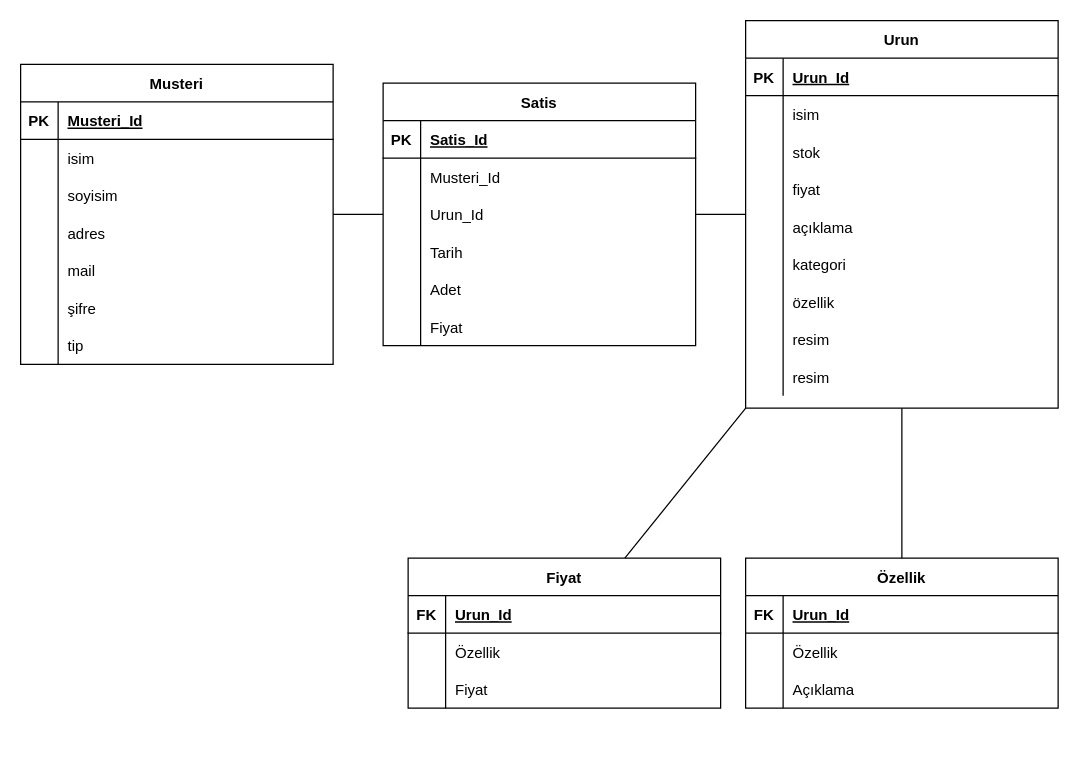
Above: byco.drawio in gitsametcan/byco (draw.io), before the change. Source tidied: cells renumbered, new cells numbered last; positions are measured from the earlier drawing's top-left corner, leaving out a move shared by most shapes. Both pictures are drawn from the tidied source at 125%, with x=0, y=0 at pixel (20, 20).
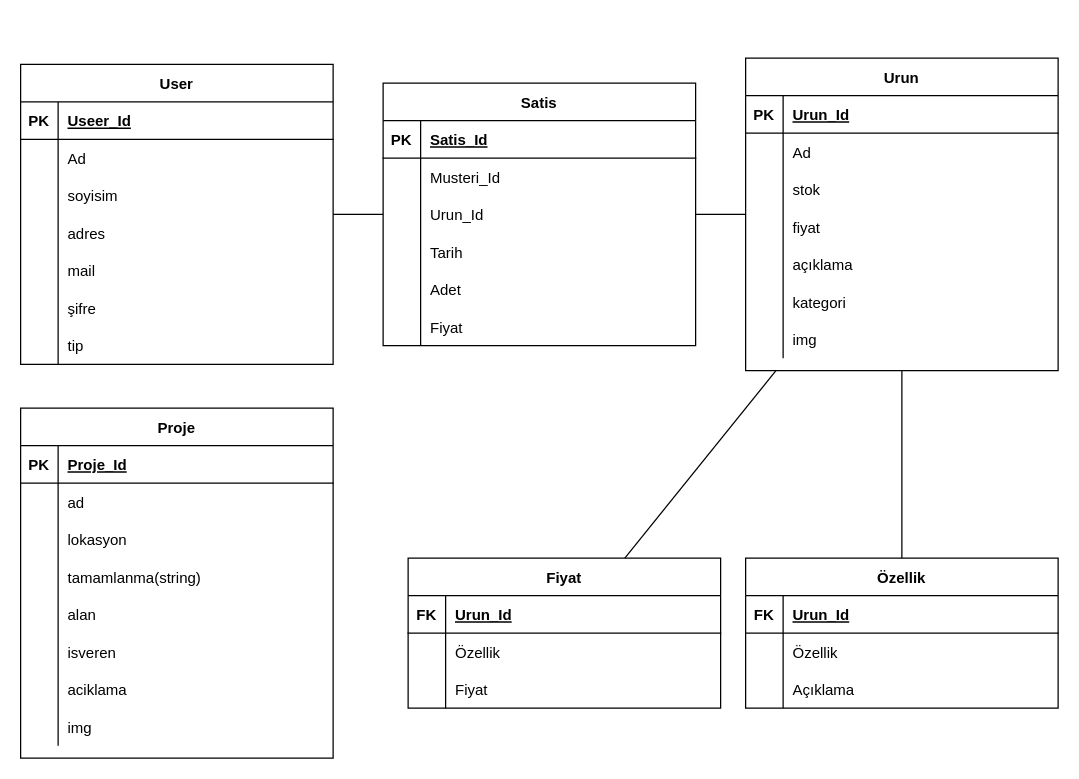
The same diagram, later.

The change refers to these unchanged cells:
```xml
<mxCell id="3" style="shape=partialRectangle;fillColor=none;top=0;left=0;right=0;bottom=1;" parent="2" vertex="1">
  <mxGeometry y="30" width="250" height="30" as="geometry" />
</mxCell>
<mxCell id="6" style="shape=partialRectangle;fillColor=none;top=0;left=0;right=0;bottom=0;" parent="2" vertex="1">
  <mxGeometry y="60" width="250" height="30" as="geometry" />
</mxCell>
<mxCell id="28" style="shape=partialRectangle;fillColor=none;top=0;left=0;right=0;bottom=0;" parent="24" vertex="1">
  <mxGeometry y="60" width="250" height="30" as="geometry" />
</mxCell>
```

Diff of the diagram source:
```diff
@@
-    <mxCell id="2" value="Musteri" style="shape=table;startSize=30;childLayout=tableLayout;rowLines=0;fontStyle=1;align=center;" parent="1" vertex="1">
+    <mxCell id="2" value="User" style="shape=table;startSize=30;childLayout=tableLayout;rowLines=0;fontStyle=1;align=center;" parent="1" vertex="1">
       <mxGeometry y="35" width="250" height="240" as="geometry" />
     </mxCell>
@@
-    <mxCell id="5" value="Musteri_Id" style="shape=partialRectangle;overflow=hidden;fillColor=none;top=0;left=0;bottom=0;right=0;align=left;spacingLeft=6;fontStyle=5;" parent="3" vertex="1">
+    <mxCell id="5" value="Useer_Id" style="shape=partialRectangle;overflow=hidden;fillColor=none;top=0;left=0;bottom=0;right=0;align=left;spacingLeft=6;fontStyle=5;" parent="3" vertex="1">
       <mxGeometry x="30" width="220" height="30" as="geometry" />
     </mxCell>
@@
-    <mxCell id="8" value="isim" style="shape=partialRectangle;overflow=hidden;fillColor=none;top=0;left=0;bottom=0;right=0;align=left;spacingLeft=6;" parent="6" vertex="1">
+    <mxCell id="8" value="Ad" style="shape=partialRectangle;overflow=hidden;fillColor=none;top=0;left=0;bottom=0;right=0;align=left;spacingLeft=6;" parent="6" vertex="1">
       <mxGeometry x="30" width="220" height="30" as="geometry" />
     </mxCell>
@@
     <mxCell id="24" value="Urun" style="shape=table;startSize=30;childLayout=tableLayout;rowLines=0;fontStyle=1;align=center;" parent="1" vertex="1">
-      <mxGeometry x="580" width="250" height="310" as="geometry" />
+      <mxGeometry x="580" y="30" width="250" height="250" as="geometry" />
     </mxCell>
@@
-    <mxCell id="30" value="isim" style="shape=partialRectangle;overflow=hidden;fillColor=none;top=0;left=0;bottom=0;right=0;align=left;spacingLeft=6;" parent="28" vertex="1">
+    <mxCell id="30" value="Ad" style="shape=partialRectangle;overflow=hidden;fillColor=none;top=0;left=0;bottom=0;right=0;align=left;spacingLeft=6;" parent="28" vertex="1">
       <mxGeometry x="30" width="220" height="30" as="geometry" />
     </mxCell>
@@
-    <mxCell id="43" style="shape=partialRectangle;fillColor=none;top=0;left=0;right=0;bottom=0;" parent="24" vertex="1">
-      <mxGeometry y="210" width="250" height="30" as="geometry" />
-    </mxCell>
-    <mxCell id="44" style="shape=partialRectangle;overflow=hidden;fillColor=none;top=0;left=0;bottom=0;right=0;" parent="43" vertex="1">
-      <mxGeometry width="30" height="30" as="geometry" />
-    </mxCell>
-    <mxCell id="45" value="özellik" style="shape=partialRectangle;overflow=hidden;fillColor=none;top=0;left=0;bottom=0;right=0;align=left;spacingLeft=6;" parent="43" vertex="1">
-      <mxGeometry x="30" width="220" height="30" as="geometry" />
-    </mxCell>
-    <mxCell id="46" style="shape=partialRectangle;fillColor=none;top=0;left=0;right=0;bottom=0;" parent="24" vertex="1">
-      <mxGeometry y="240" width="250" height="30" as="geometry" />
-    </mxCell>
-    <mxCell id="47" style="shape=partialRectangle;overflow=hidden;fillColor=none;top=0;left=0;bottom=0;right=0;" parent="46" vertex="1">
-      <mxGeometry width="30" height="30" as="geometry" />
-    </mxCell>
-    <mxCell id="48" value="resim" style="shape=partialRectangle;overflow=hidden;fillColor=none;top=0;left=0;bottom=0;right=0;align=left;spacingLeft=6;" parent="46" vertex="1">
-      <mxGeometry x="30" width="220" height="30" as="geometry" />
-    </mxCell>
     <mxCell id="49" style="shape=partialRectangle;fillColor=none;top=0;left=0;right=0;bottom=0;" parent="24" vertex="1">
-      <mxGeometry y="270" width="250" height="30" as="geometry" />
+      <mxGeometry y="210" width="250" height="30" as="geometry" />
     </mxCell>
@@
-    <mxCell id="51" value="resim" style="shape=partialRectangle;overflow=hidden;fillColor=none;top=0;left=0;bottom=0;right=0;align=left;spacingLeft=6;" parent="49" vertex="1">
+    <mxCell id="51" value="img" style="shape=partialRectangle;overflow=hidden;fillColor=none;top=0;left=0;bottom=0;right=0;align=left;spacingLeft=6;" parent="49" vertex="1">
       <mxGeometry x="30" width="220" height="30" as="geometry" />
     </mxCell>
@@
+    <mxCell id="95" value="Proje" style="shape=table;startSize=30;childLayout=tableLayout;rowLines=0;fontStyle=1;align=center;" parent="1" vertex="1">
+      <mxGeometry y="310" width="250" height="280" as="geometry" />
+    </mxCell>
+    <mxCell id="96" style="shape=partialRectangle;fillColor=none;top=0;left=0;right=0;bottom=1;" parent="95" vertex="1">
+      <mxGeometry y="30" width="250" height="30" as="geometry" />
+    </mxCell>
+    <mxCell id="97" value="PK" style="shape=partialRectangle;overflow=hidden;fillColor=none;top=0;left=0;bottom=0;right=0;fontStyle=1;" parent="96" vertex="1">
+      <mxGeometry width="30" height="30" as="geometry" />
+    </mxCell>
+    <mxCell id="98" value="Proje_Id" style="shape=partialRectangle;overflow=hidden;fillColor=none;top=0;left=0;bottom=0;right=0;align=left;spacingLeft=6;fontStyle=5;" parent="96" vertex="1">
+      <mxGeometry x="30" width="220" height="30" as="geometry" />
+    </mxCell>
+    <mxCell id="99" style="shape=partialRectangle;fillColor=none;top=0;left=0;right=0;bottom=0;" parent="95" vertex="1">
+      <mxGeometry y="60" width="250" height="30" as="geometry" />
+    </mxCell>
+    <mxCell id="100" style="shape=partialRectangle;overflow=hidden;fillColor=none;top=0;left=0;bottom=0;right=0;" parent="99" vertex="1">
+      <mxGeometry width="30" height="30" as="geometry" />
+    </mxCell>
+    <mxCell id="101" value="ad" style="shape=partialRectangle;overflow=hidden;fillColor=none;top=0;left=0;bottom=0;right=0;align=left;spacingLeft=6;" parent="99" vertex="1">
+      <mxGeometry x="30" width="220" height="30" as="geometry" />
+    </mxCell>
+    <mxCell id="102" style="shape=partialRectangle;fillColor=none;top=0;left=0;right=0;bottom=0;" parent="95" vertex="1">
+      <mxGeometry y="90" width="250" height="30" as="geometry" />
+    </mxCell>
+    <mxCell id="103" style="shape=partialRectangle;overflow=hidden;fillColor=none;top=0;left=0;bottom=0;right=0;" parent="102" vertex="1">
+      <mxGeometry width="30" height="30" as="geometry" />
+    </mxCell>
+    <mxCell id="104" value="lokasyon" style="shape=partialRectangle;overflow=hidden;fillColor=none;top=0;left=0;bottom=0;right=0;align=left;spacingLeft=6;" parent="102" vertex="1">
+      <mxGeometry x="30" width="220" height="30" as="geometry" />
+    </mxCell>
+    <mxCell id="105" style="shape=partialRectangle;fillColor=none;top=0;left=0;right=0;bottom=0;" parent="95" vertex="1">
+      <mxGeometry y="120" width="250" height="30" as="geometry" />
+    </mxCell>
+    <mxCell id="106" style="shape=partialRectangle;overflow=hidden;fillColor=none;top=0;left=0;bottom=0;right=0;" parent="105" vertex="1">
+      <mxGeometry width="30" height="30" as="geometry" />
+    </mxCell>
+    <mxCell id="107" value="tamamlanma(string)" style="shape=partialRectangle;overflow=hidden;fillColor=none;top=0;left=0;bottom=0;right=0;align=left;spacingLeft=6;" parent="105" vertex="1">
+      <mxGeometry x="30" width="220" height="30" as="geometry" />
+    </mxCell>
+    <mxCell id="108" style="shape=partialRectangle;fillColor=none;top=0;left=0;right=0;bottom=0;" parent="95" vertex="1">
+      <mxGeometry y="150" width="250" height="30" as="geometry" />
+    </mxCell>
+    <mxCell id="109" style="shape=partialRectangle;overflow=hidden;fillColor=none;top=0;left=0;bottom=0;right=0;" parent="108" vertex="1">
+      <mxGeometry width="30" height="30" as="geometry" />
+    </mxCell>
+    <mxCell id="110" value="alan" style="shape=partialRectangle;overflow=hidden;fillColor=none;top=0;left=0;bottom=0;right=0;align=left;spacingLeft=6;" parent="108" vertex="1">
+      <mxGeometry x="30" width="220" height="30" as="geometry" />
+    </mxCell>
+    <mxCell id="111" style="shape=partialRectangle;fillColor=none;top=0;left=0;right=0;bottom=0;" parent="95" vertex="1">
+      <mxGeometry y="180" width="250" height="30" as="geometry" />
+    </mxCell>
+    <mxCell id="112" style="shape=partialRectangle;overflow=hidden;fillColor=none;top=0;left=0;bottom=0;right=0;" parent="111" vertex="1">
+      <mxGeometry width="30" height="30" as="geometry" />
+    </mxCell>
+    <mxCell id="113" value="isveren" style="shape=partialRectangle;overflow=hidden;fillColor=none;top=0;left=0;bottom=0;right=0;align=left;spacingLeft=6;" parent="111" vertex="1">
+      <mxGeometry x="30" width="220" height="30" as="geometry" />
+    </mxCell>
+    <mxCell id="43" style="shape=partialRectangle;fillColor=none;top=0;left=0;right=0;bottom=0;" parent="95" vertex="1">
+      <mxGeometry y="210" width="250" height="30" as="geometry" />
+    </mxCell>
+    <mxCell id="114" style="shape=partialRectangle;overflow=hidden;fillColor=none;top=0;left=0;bottom=0;right=0;" parent="43" vertex="1">
+      <mxGeometry width="30" height="30" as="geometry" />
+    </mxCell>
+    <mxCell id="115" value="aciklama" style="shape=partialRectangle;overflow=hidden;fillColor=none;top=0;left=0;bottom=0;right=0;align=left;spacingLeft=6;" parent="43" vertex="1">
+      <mxGeometry x="30" width="220" height="30" as="geometry" />
+    </mxCell>
+    <mxCell id="46" style="shape=partialRectangle;fillColor=none;top=0;left=0;right=0;bottom=0;" parent="95" vertex="1">
+      <mxGeometry y="240" width="250" height="30" as="geometry" />
+    </mxCell>
+    <mxCell id="116" style="shape=partialRectangle;overflow=hidden;fillColor=none;top=0;left=0;bottom=0;right=0;" parent="46" vertex="1">
+      <mxGeometry width="30" height="30" as="geometry" />
+    </mxCell>
+    <mxCell id="117" value="img" style="shape=partialRectangle;overflow=hidden;fillColor=none;top=0;left=0;bottom=0;right=0;align=left;spacingLeft=6;" parent="46" vertex="1">
+      <mxGeometry x="30" width="220" height="30" as="geometry" />
+    </mxCell>
```
